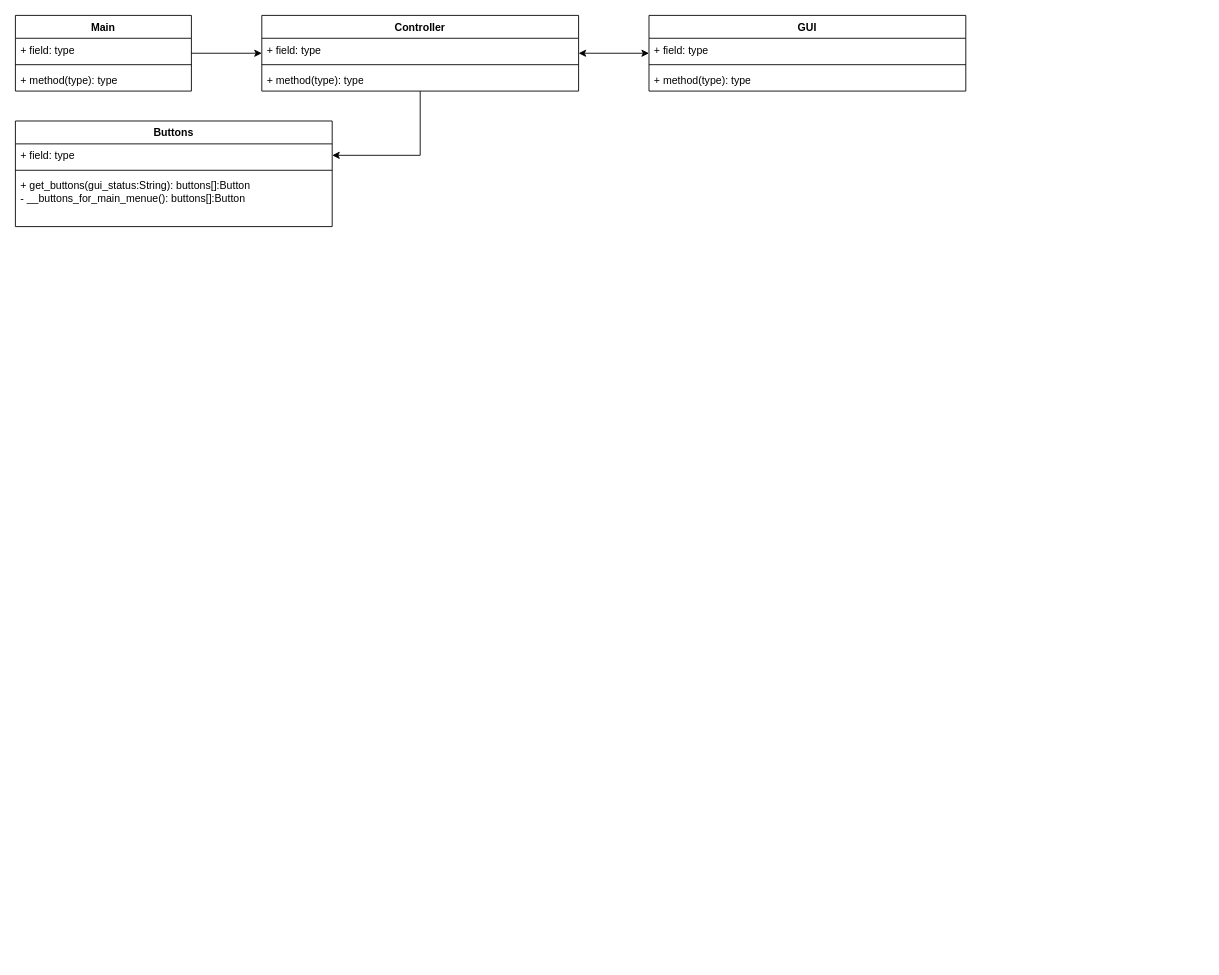
This is Klassendiagramm Kinobuchungsprogramm.drawio from SirPatschiii/Kinobuchungsprogramm, a draw.io file, before an edit. Source tidied: cells renumbered, new cells numbered last; positions are measured from the earlier drawing's top-left corner, leaving out a move shared by most shapes. Both pictures are drawn from the tidied source at 88%, with x=0, y=0 at pixel (15, 15).
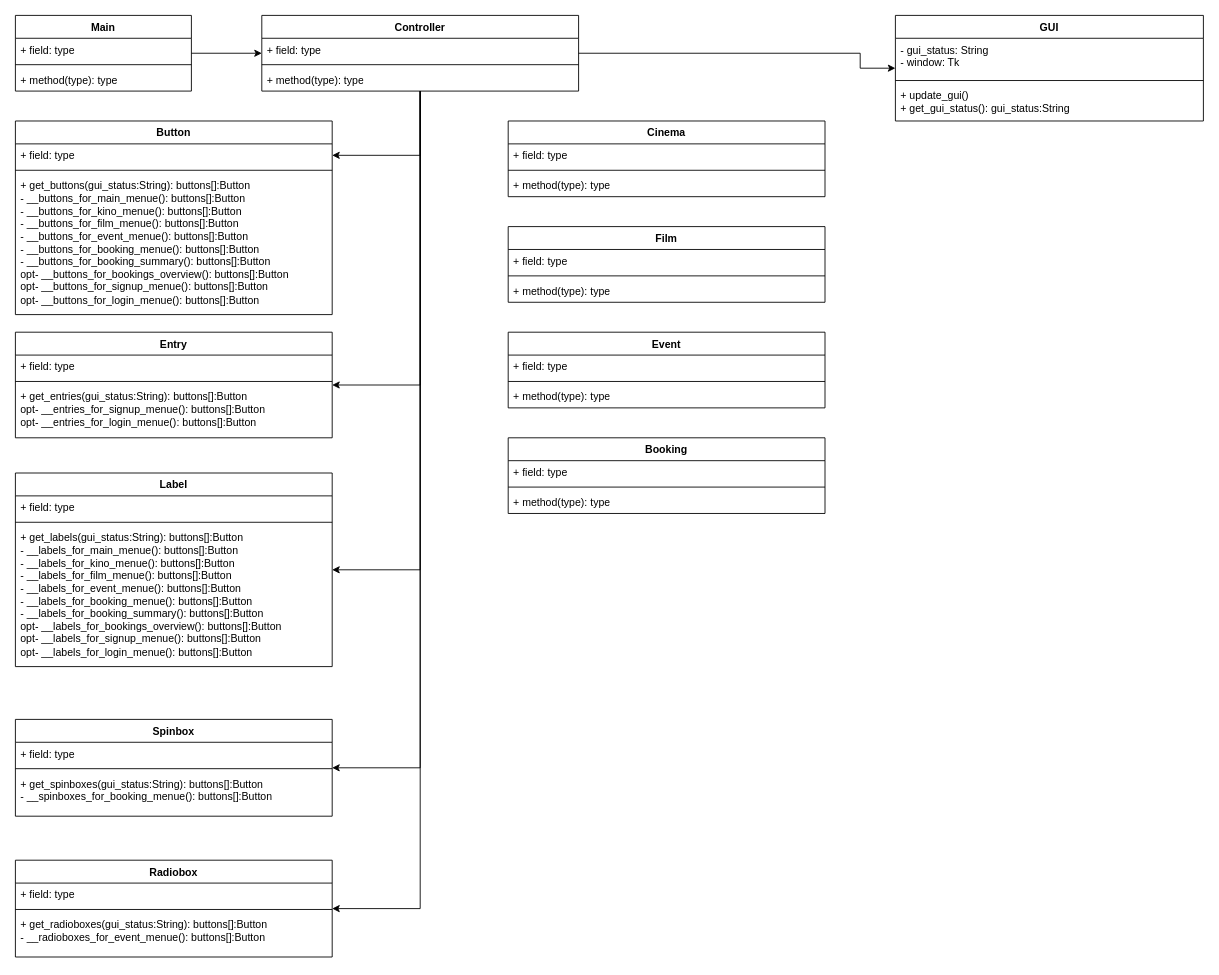
The same page after the edit.

The change refers to these unchanged cells:
```xml
<mxCell id="8" value="Controller" style="swimlane;fontStyle=1;align=center;verticalAlign=top;horizontal=1;startSize=26;whiteSpace=wrap;html=1;" parent="1" vertex="1">
  <mxGeometry x="280" width="360" height="86" as="geometry" />
</mxCell>
```

The edit, as a diff of the source:
```diff
@@
-    <mxCell id="2" style="endArrow=classic;startArrow=classic;html=1;rounded=0;" parent="1" edge="1" source="8" target="13">
-      <mxGeometry relative="1" as="geometry" />
-    </mxCell>
@@
     <mxCell id="13" value="GUI" style="swimlane;fontStyle=1;align=center;verticalAlign=top;horizontal=1;startSize=26;whiteSpace=wrap;html=1;" parent="1" vertex="1">
-      <mxGeometry x="720" width="360" height="86" as="geometry" />
+      <mxGeometry x="1000" width="350" height="120" as="geometry" />
     </mxCell>
-    <mxCell id="14" value="+ field: type" style="text;strokeColor=none;fillColor=none;align=left;verticalAlign=top;spacingLeft=4;spacingRight=4;overflow=hidden;whiteSpace=wrap;html=1;" parent="13" vertex="1">
-      <mxGeometry y="26" width="360" height="26" as="geometry" />
+    <mxCell id="14" value="- gui_status: String&lt;br&gt;- window: Tk" style="text;strokeColor=none;fillColor=none;align=left;verticalAlign=top;spacingLeft=4;spacingRight=4;overflow=hidden;whiteSpace=wrap;html=1;" parent="13" vertex="1">
+      <mxGeometry y="26" width="350" height="44" as="geometry" />
     </mxCell>
     <mxCell id="15" style="line;strokeWidth=1;fillColor=none;align=left;verticalAlign=middle;spacingTop=-1;spacingLeft=3;spacingRight=3;labelPosition=right;strokeColor=inherit;" parent="13" vertex="1">
-      <mxGeometry y="52" width="360" height="8" as="geometry" />
+      <mxGeometry y="70" width="350" height="8" as="geometry" />
     </mxCell>
-    <mxCell id="16" value="+ method(type): type" style="text;strokeColor=none;fillColor=none;align=left;verticalAlign=top;spacingLeft=4;spacingRight=4;overflow=hidden;whiteSpace=wrap;html=1;" parent="13" vertex="1">
-      <mxGeometry y="60" width="360" height="26" as="geometry" />
+    <mxCell id="16" value="+ update_gui()&lt;br&gt;+ get_gui_status(): gui_status:String" style="text;strokeColor=none;fillColor=none;align=left;verticalAlign=top;spacingLeft=4;spacingRight=4;overflow=hidden;whiteSpace=wrap;html=1;" parent="13" vertex="1">
+      <mxGeometry y="78" width="350" height="42" as="geometry" />
     </mxCell>
-    <mxCell id="17" value="Buttons" style="swimlane;fontStyle=1;align=center;verticalAlign=top;horizontal=1;startSize=26;whiteSpace=wrap;html=1;" parent="1" vertex="1">
-      <mxGeometry y="120" width="360" height="120" as="geometry" />
+    <mxCell id="17" value="Button" style="swimlane;fontStyle=1;align=center;verticalAlign=top;horizontal=1;startSize=26;whiteSpace=wrap;html=1;" parent="1" vertex="1">
+      <mxGeometry y="120" width="360" height="220" as="geometry" />
     </mxCell>
@@
-    <mxCell id="20" value="+ get_buttons(gui_status:String): buttons[]:Button&lt;br&gt;- __buttons_for_main_menue(): buttons[]:Button" style="text;strokeColor=none;fillColor=none;align=left;verticalAlign=top;spacingLeft=4;spacingRight=4;overflow=hidden;whiteSpace=wrap;html=1;" parent="17" vertex="1">
-      <mxGeometry y="60" width="360" height="60" as="geometry" />
+    <mxCell id="20" value="+ get_buttons(gui_status:String): buttons[]:Button&lt;br&gt;- __buttons_for_main_menue(): buttons[]:Button&lt;br&gt;- __buttons_for_kino_menue(): buttons[]:Button&lt;br&gt;- __buttons_for_film_menue(): buttons[]:Button&lt;br&gt;- __buttons_for_event_menue(): buttons[]:Button&lt;br&gt;- __buttons_for_booking_menue(): buttons[]:Button&lt;br&gt;- __buttons_for_booking_summary(): buttons[]:Button&lt;br&gt;opt- __buttons_for_bookings_overview(): buttons[]:Button&lt;br&gt;opt- __buttons_for_signup_menue(): buttons[]:Button&lt;br&gt;opt- __buttons_for_login_menue(): buttons[]:Button" style="text;strokeColor=none;fillColor=none;align=left;verticalAlign=top;spacingLeft=4;spacingRight=4;overflow=hidden;whiteSpace=wrap;html=1;" parent="17" vertex="1">
+      <mxGeometry y="60" width="360" height="160" as="geometry" />
     </mxCell>
+    <mxCell id="2" style="edgeStyle=orthogonalEdgeStyle;rounded=0;jettySize=auto;html=1;" parent="1" edge="1" source="8" target="13">
+      <mxGeometry relative="1" as="geometry">
+        <Array as="points">
+          <mxPoint x="960" y="43" />
+          <mxPoint x="960" y="60" />
+        </Array>
+      </mxGeometry>
+    </mxCell>
+    <mxCell id="21" value="Entry" style="swimlane;fontStyle=1;align=center;verticalAlign=top;horizontal=1;startSize=26;whiteSpace=wrap;html=1;" parent="1" vertex="1">
+      <mxGeometry y="360" width="360" height="120" as="geometry" />
+    </mxCell>
+    <mxCell id="22" value="+ field: type" style="text;strokeColor=none;fillColor=none;align=left;verticalAlign=top;spacingLeft=4;spacingRight=4;overflow=hidden;whiteSpace=wrap;html=1;" parent="21" vertex="1">
+      <mxGeometry y="26" width="360" height="26" as="geometry" />
+    </mxCell>
+    <mxCell id="23" style="line;strokeWidth=1;fillColor=none;align=left;verticalAlign=middle;spacingTop=-1;spacingLeft=3;spacingRight=3;labelPosition=right;strokeColor=inherit;" parent="21" vertex="1">
+      <mxGeometry y="52" width="360" height="8" as="geometry" />
+    </mxCell>
+    <mxCell id="24" value="+ get_entries(gui_status:String): buttons[]:Button&lt;br&gt;opt- __entries_for_signup_menue(): buttons[]:Button&lt;br&gt;opt- __entries_for_login_menue(): buttons[]:Button" style="text;strokeColor=none;fillColor=none;align=left;verticalAlign=top;spacingLeft=4;spacingRight=4;overflow=hidden;whiteSpace=wrap;html=1;" parent="21" vertex="1">
+      <mxGeometry y="60" width="360" height="60" as="geometry" />
+    </mxCell>
+    <mxCell id="25" value="Label" style="swimlane;fontStyle=1;align=center;verticalAlign=top;horizontal=1;startSize=26;whiteSpace=wrap;html=1;" parent="1" vertex="1">
+      <mxGeometry y="520" width="360" height="220" as="geometry" />
+    </mxCell>
+    <mxCell id="26" value="+ field: type" style="text;strokeColor=none;fillColor=none;align=left;verticalAlign=top;spacingLeft=4;spacingRight=4;overflow=hidden;whiteSpace=wrap;html=1;" parent="25" vertex="1">
+      <mxGeometry y="26" width="360" height="26" as="geometry" />
+    </mxCell>
+    <mxCell id="27" style="line;strokeWidth=1;fillColor=none;align=left;verticalAlign=middle;spacingTop=-1;spacingLeft=3;spacingRight=3;labelPosition=right;strokeColor=inherit;" parent="25" vertex="1">
+      <mxGeometry y="52" width="360" height="8" as="geometry" />
+    </mxCell>
+    <mxCell id="28" value="+ get_labels(gui_status:String): buttons[]:Button&lt;br&gt;- __labels_for_main_menue(): buttons[]:Button&lt;br&gt;- __labels_for_kino_menue(): buttons[]:Button&lt;br&gt;- __labels_for_film_menue(): buttons[]:Button&lt;br&gt;- __labels_for_event_menue(): buttons[]:Button&lt;br&gt;- __labels_for_booking_menue(): buttons[]:Button&lt;br&gt;- __labels_for_booking_summary(): buttons[]:Button&lt;br&gt;opt- __labels_for_bookings_overview(): buttons[]:Button&lt;br&gt;opt- __labels_for_signup_menue(): buttons[]:Button&lt;br&gt;opt- __labels_for_login_menue(): buttons[]:Button" style="text;strokeColor=none;fillColor=none;align=left;verticalAlign=top;spacingLeft=4;spacingRight=4;overflow=hidden;whiteSpace=wrap;html=1;" parent="25" vertex="1">
+      <mxGeometry y="60" width="360" height="160" as="geometry" />
+    </mxCell>
+    <mxCell id="29" value="Spinbox" style="swimlane;fontStyle=1;align=center;verticalAlign=top;horizontal=1;startSize=26;whiteSpace=wrap;html=1;" parent="1" vertex="1">
+      <mxGeometry y="800" width="360" height="110" as="geometry" />
+    </mxCell>
+    <mxCell id="30" value="+ field: type" style="text;strokeColor=none;fillColor=none;align=left;verticalAlign=top;spacingLeft=4;spacingRight=4;overflow=hidden;whiteSpace=wrap;html=1;" parent="29" vertex="1">
+      <mxGeometry y="26" width="360" height="26" as="geometry" />
+    </mxCell>
+    <mxCell id="31" style="line;strokeWidth=1;fillColor=none;align=left;verticalAlign=middle;spacingTop=-1;spacingLeft=3;spacingRight=3;labelPosition=right;strokeColor=inherit;" parent="29" vertex="1">
+      <mxGeometry y="52" width="360" height="8" as="geometry" />
+    </mxCell>
+    <mxCell id="32" value="+ get_spinboxes(gui_status:String): buttons[]:Button&lt;br&gt;- __spinboxes_for_booking_menue(): buttons[]:Button" style="text;strokeColor=none;fillColor=none;align=left;verticalAlign=top;spacingLeft=4;spacingRight=4;overflow=hidden;whiteSpace=wrap;html=1;" parent="29" vertex="1">
+      <mxGeometry y="60" width="360" height="50" as="geometry" />
+    </mxCell>
+    <mxCell id="33" value="Radiobox" style="swimlane;fontStyle=1;align=center;verticalAlign=top;horizontal=1;startSize=26;whiteSpace=wrap;html=1;" parent="1" vertex="1">
+      <mxGeometry y="960" width="360" height="110" as="geometry" />
+    </mxCell>
+    <mxCell id="34" value="+ field: type" style="text;strokeColor=none;fillColor=none;align=left;verticalAlign=top;spacingLeft=4;spacingRight=4;overflow=hidden;whiteSpace=wrap;html=1;" parent="33" vertex="1">
+      <mxGeometry y="26" width="360" height="26" as="geometry" />
+    </mxCell>
+    <mxCell id="35" style="line;strokeWidth=1;fillColor=none;align=left;verticalAlign=middle;spacingTop=-1;spacingLeft=3;spacingRight=3;labelPosition=right;strokeColor=inherit;" parent="33" vertex="1">
+      <mxGeometry y="52" width="360" height="8" as="geometry" />
+    </mxCell>
+    <mxCell id="36" value="+ get_radioboxes(gui_status:String): buttons[]:Button&lt;br&gt;- __radioboxes_for_event_menue(): buttons[]:Button" style="text;strokeColor=none;fillColor=none;align=left;verticalAlign=top;spacingLeft=4;spacingRight=4;overflow=hidden;whiteSpace=wrap;html=1;" parent="33" vertex="1">
+      <mxGeometry y="60" width="360" height="50" as="geometry" />
+    </mxCell>
+    <mxCell id="37" style="edgeStyle=orthogonalEdgeStyle;rounded=0;jettySize=auto;html=1;" parent="1" edge="1" source="8" target="21">
+      <mxGeometry relative="1" as="geometry">
+        <Array as="points">
+          <mxPoint x="460" y="420" />
+        </Array>
+      </mxGeometry>
+    </mxCell>
+    <mxCell id="38" style="edgeStyle=orthogonalEdgeStyle;rounded=0;jettySize=auto;html=1;" parent="1" edge="1" source="8" target="25">
+      <mxGeometry relative="1" as="geometry">
+        <Array as="points">
+          <mxPoint x="460" y="630" />
+        </Array>
+      </mxGeometry>
+    </mxCell>
+    <mxCell id="39" style="edgeStyle=orthogonalEdgeStyle;rounded=0;jettySize=auto;html=1;" parent="1" edge="1" source="8" target="29">
+      <mxGeometry relative="1" as="geometry">
+        <Array as="points">
+          <mxPoint x="460" y="855" />
+        </Array>
+      </mxGeometry>
+    </mxCell>
+    <mxCell id="40" style="edgeStyle=orthogonalEdgeStyle;rounded=0;jettySize=auto;html=1;" parent="1" edge="1" source="8" target="33">
+      <mxGeometry relative="1" as="geometry">
+        <Array as="points">
+          <mxPoint x="460" y="1015" />
+        </Array>
+      </mxGeometry>
+    </mxCell>
+    <mxCell id="41" value="Cinema" style="swimlane;fontStyle=1;align=center;verticalAlign=top;horizontal=1;startSize=26;whiteSpace=wrap;html=1;" parent="1" vertex="1">
+      <mxGeometry x="560" y="120" width="360" height="86" as="geometry" />
+    </mxCell>
+    <mxCell id="42" value="+ field: type" style="text;strokeColor=none;fillColor=none;align=left;verticalAlign=top;spacingLeft=4;spacingRight=4;overflow=hidden;whiteSpace=wrap;html=1;" parent="41" vertex="1">
+      <mxGeometry y="26" width="360" height="26" as="geometry" />
+    </mxCell>
+    <mxCell id="43" style="line;strokeWidth=1;fillColor=none;align=left;verticalAlign=middle;spacingTop=-1;spacingLeft=3;spacingRight=3;labelPosition=right;strokeColor=inherit;" parent="41" vertex="1">
+      <mxGeometry y="52" width="360" height="8" as="geometry" />
+    </mxCell>
+    <mxCell id="44" value="+ method(type): type" style="text;strokeColor=none;fillColor=none;align=left;verticalAlign=top;spacingLeft=4;spacingRight=4;overflow=hidden;whiteSpace=wrap;html=1;" parent="41" vertex="1">
+      <mxGeometry y="60" width="360" height="26" as="geometry" />
+    </mxCell>
+    <mxCell id="45" value="Film" style="swimlane;fontStyle=1;align=center;verticalAlign=top;horizontal=1;startSize=26;whiteSpace=wrap;html=1;" parent="1" vertex="1">
+      <mxGeometry x="560" y="240" width="360" height="86" as="geometry" />
+    </mxCell>
+    <mxCell id="46" value="+ field: type" style="text;strokeColor=none;fillColor=none;align=left;verticalAlign=top;spacingLeft=4;spacingRight=4;overflow=hidden;whiteSpace=wrap;html=1;" parent="45" vertex="1">
+      <mxGeometry y="26" width="360" height="26" as="geometry" />
+    </mxCell>
+    <mxCell id="47" style="line;strokeWidth=1;fillColor=none;align=left;verticalAlign=middle;spacingTop=-1;spacingLeft=3;spacingRight=3;labelPosition=right;strokeColor=inherit;" parent="45" vertex="1">
+      <mxGeometry y="52" width="360" height="8" as="geometry" />
+    </mxCell>
+    <mxCell id="48" value="+ method(type): type" style="text;strokeColor=none;fillColor=none;align=left;verticalAlign=top;spacingLeft=4;spacingRight=4;overflow=hidden;whiteSpace=wrap;html=1;" parent="45" vertex="1">
+      <mxGeometry y="60" width="360" height="26" as="geometry" />
+    </mxCell>
+    <mxCell id="49" value="Event" style="swimlane;fontStyle=1;align=center;verticalAlign=top;horizontal=1;startSize=26;whiteSpace=wrap;html=1;" parent="1" vertex="1">
+      <mxGeometry x="560" y="360" width="360" height="86" as="geometry" />
+    </mxCell>
+    <mxCell id="50" value="+ field: type" style="text;strokeColor=none;fillColor=none;align=left;verticalAlign=top;spacingLeft=4;spacingRight=4;overflow=hidden;whiteSpace=wrap;html=1;" parent="49" vertex="1">
+      <mxGeometry y="26" width="360" height="26" as="geometry" />
+    </mxCell>
+    <mxCell id="51" style="line;strokeWidth=1;fillColor=none;align=left;verticalAlign=middle;spacingTop=-1;spacingLeft=3;spacingRight=3;labelPosition=right;strokeColor=inherit;" parent="49" vertex="1">
+      <mxGeometry y="52" width="360" height="8" as="geometry" />
+    </mxCell>
+    <mxCell id="52" value="+ method(type): type" style="text;strokeColor=none;fillColor=none;align=left;verticalAlign=top;spacingLeft=4;spacingRight=4;overflow=hidden;whiteSpace=wrap;html=1;" parent="49" vertex="1">
+      <mxGeometry y="60" width="360" height="26" as="geometry" />
+    </mxCell>
+    <mxCell id="53" value="Booking" style="swimlane;fontStyle=1;align=center;verticalAlign=top;horizontal=1;startSize=26;whiteSpace=wrap;html=1;rotation=0;" parent="1" vertex="1">
+      <mxGeometry x="560" y="480" width="360" height="86" as="geometry" />
+    </mxCell>
+    <mxCell id="54" value="+ field: type" style="text;strokeColor=none;fillColor=none;align=left;verticalAlign=top;spacingLeft=4;spacingRight=4;overflow=hidden;whiteSpace=wrap;html=1;rotation=0;" parent="53" vertex="1">
+      <mxGeometry y="26" width="360" height="26" as="geometry" />
+    </mxCell>
+    <mxCell id="55" style="line;strokeWidth=1;fillColor=none;align=left;verticalAlign=middle;spacingTop=-1;spacingLeft=3;spacingRight=3;labelPosition=right;strokeColor=inherit;rotation=0;" parent="53" vertex="1">
+      <mxGeometry y="52" width="360" height="8" as="geometry" />
+    </mxCell>
+    <mxCell id="56" value="+ method(type): type" style="text;strokeColor=none;fillColor=none;align=left;verticalAlign=top;spacingLeft=4;spacingRight=4;overflow=hidden;whiteSpace=wrap;html=1;rotation=0;" parent="53" vertex="1">
+      <mxGeometry y="60" width="360" height="26" as="geometry" />
+    </mxCell>
```
